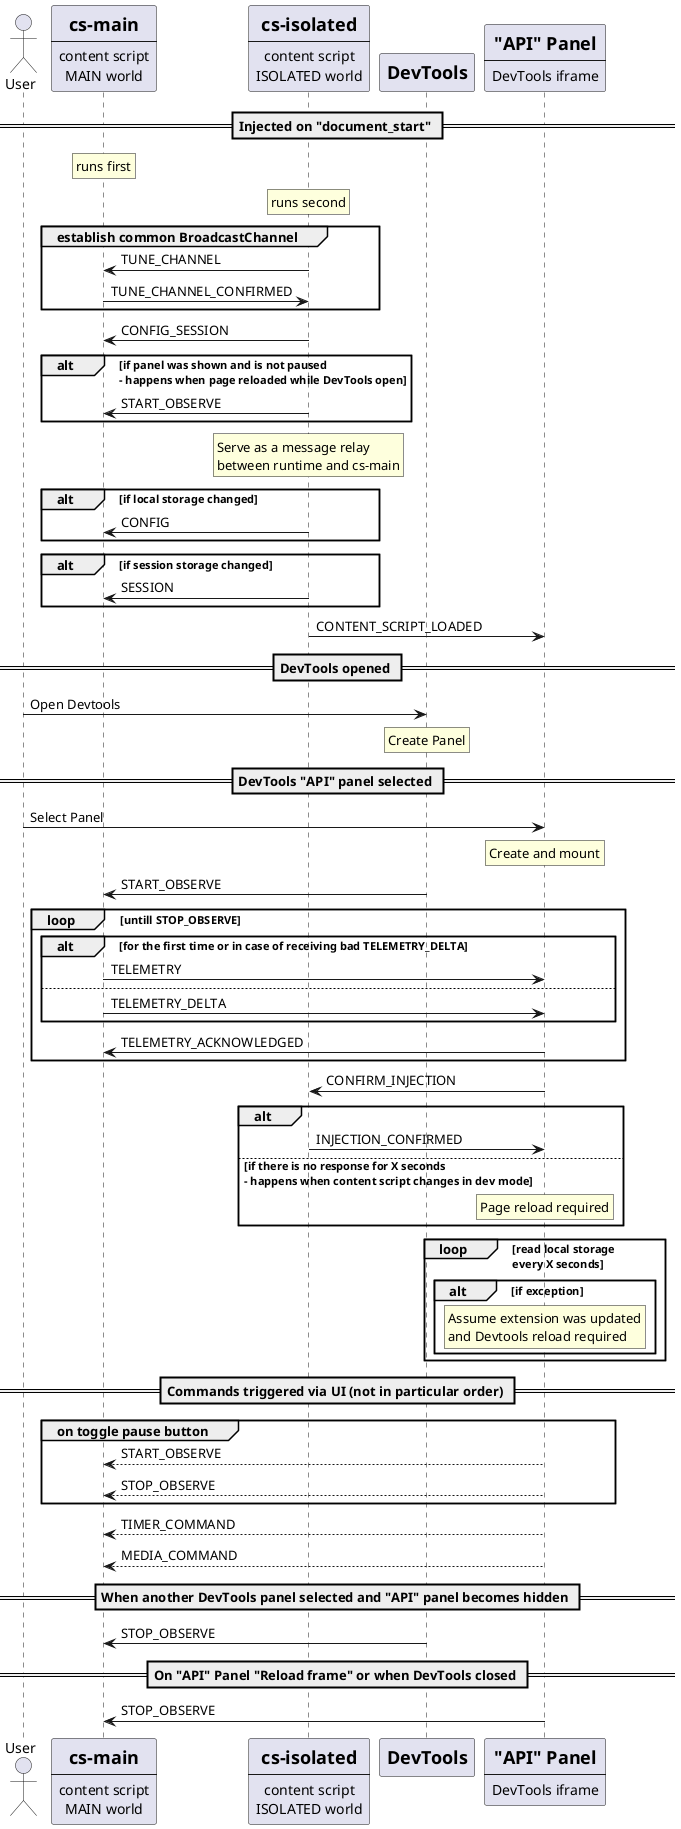
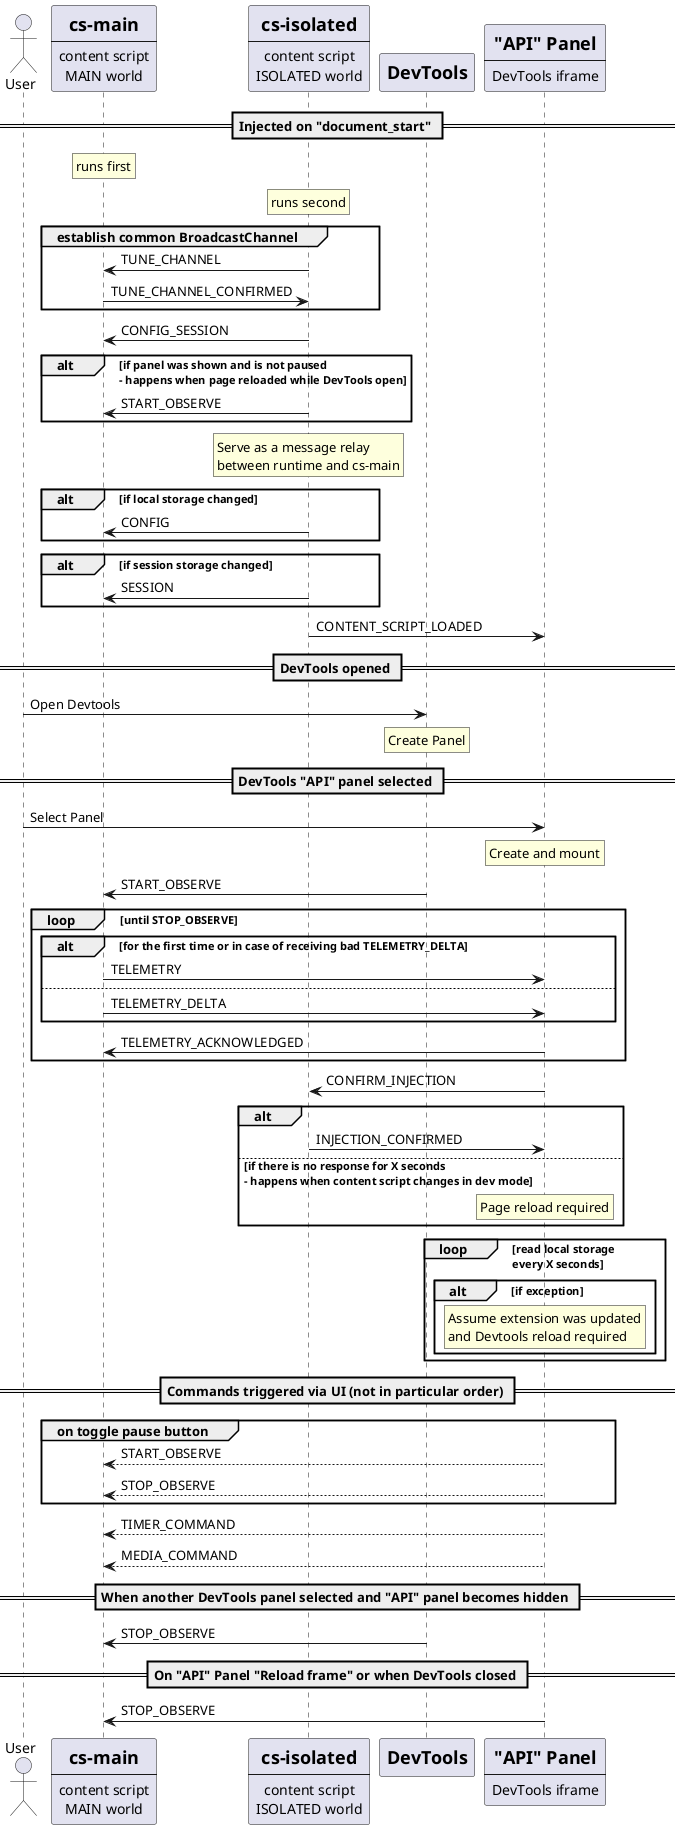
@startuml

actor User
participant csMain [
  =cs-main
  ----
  content script
  MAIN world
]
participant csIsolated [
  =cs-isolated
  ----
  content script
  ISOLATED world
]
participant Devtools [
  =DevTools
]
participant Panel [
  ="API" Panel
  ----
  DevTools iframe
]

== Injected on "document_start" ==
rnote over csMain: runs first
rnote over csIsolated: runs second
group establish common BroadcastChannel
  csIsolated -> csMain: TUNE_CHANNEL
  csMain -> csIsolated: TUNE_CHANNEL_CONFIRMED
end
csIsolated -> csMain: CONFIG_SESSION
alt if panel was shown and is not paused\n- happens when page reloaded while DevTools open
  csIsolated -> csMain: START_OBSERVE
end
rnote over csIsolated: Serve as a message relay\nbetween runtime and cs-main
alt if local storage changed
  csIsolated -> csMain: CONFIG
end
alt if session storage changed
  csIsolated -> csMain: SESSION
end
csIsolated -> Panel: CONTENT_SCRIPT_LOADED

== DevTools opened ==
User -> Devtools: Open Devtools
rnote over Devtools: Create Panel

== DevTools "API" panel selected ==
User -> Panel: Select Panel
rnote over Panel: Create and mount
Devtools -> csMain: START_OBSERVE
- loop untill STOP_OBSERVE
+ loop until STOP_OBSERVE
  alt for the first time or in case of receiving bad TELEMETRY_DELTA
    csMain -> Panel: TELEMETRY
  else
    csMain -> Panel: TELEMETRY_DELTA
  end
  Panel -> csMain: TELEMETRY_ACKNOWLEDGED
end

Panel -> csIsolated: CONFIRM_INJECTION
alt
  csIsolated -> Panel: INJECTION_CONFIRMED
else if there is no response for X seconds\n- happens when content script changes in dev mode
  rnote over Panel: Page reload required
end
loop read local storage\nevery X seconds
  alt if exception
    rnote over Panel: Assume extension was updated\nand Devtools reload required
  end
end

== Commands triggered via UI (not in particular order) ==
group on toggle pause button
  Panel --> csMain: START_OBSERVE
  Panel --> csMain: STOP_OBSERVE
end
Panel --> csMain: TIMER_COMMAND
Panel --> csMain: MEDIA_COMMAND

== When another DevTools panel selected and "API" panel becomes hidden ==
Devtools -> csMain: STOP_OBSERVE

== On "API" Panel "Reload frame" or when DevTools closed ==
Panel -> csMain: STOP_OBSERVE

@enduml
